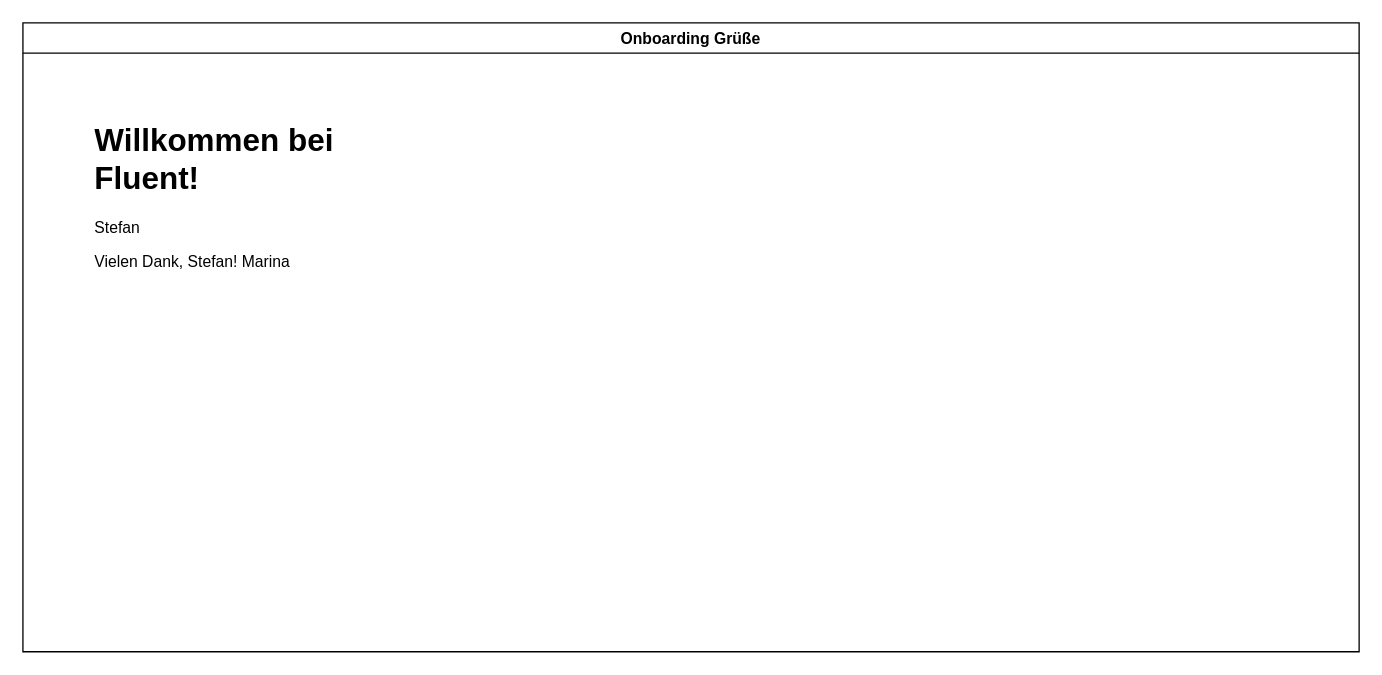
This is FilewelcomeDrawio.drawio from marjuta/test, a draw.io file, before an edit. Source tidied: cells renumbered, new cells numbered last; positions are measured from the earlier drawing's top-left corner, leaving out a move shared by most shapes. Both pictures are drawn from the tidied source at 131%, with x=0, y=0 at pixel (22, 22).
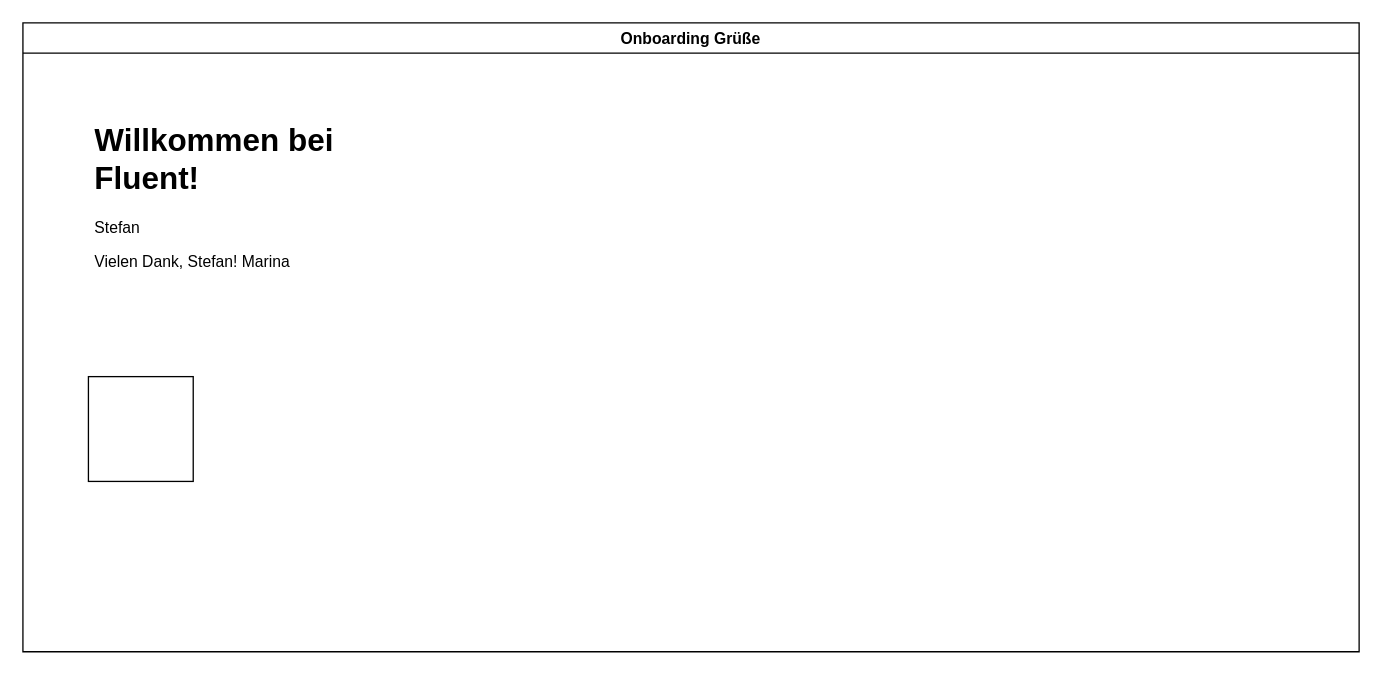
After the change.

The edit, as a diff of the source:
```diff
@@
 <mxGraphModel>
   <root>
     <mxCell id="0" />
     <mxCell id="1" parent="0" />
     <mxCell id="2" value="Onboarding Grüße" style="swimlane;" parent="1" vertex="1">
       <mxGeometry width="1020" height="480" as="geometry" />
     </mxCell>
     <mxCell id="3" value="&lt;h1&gt;Willkommen bei Fluent!&lt;/h1&gt;&lt;p&gt;Stefan&lt;/p&gt;&lt;p&gt;Vielen Dank, Stefan! Marina&lt;/p&gt;&lt;p&gt;&lt;br&gt;&lt;/p&gt;" style="text;html=1;strokeColor=none;fillColor=none;spacing=5;spacingTop=-20;whiteSpace=wrap;overflow=hidden;rounded=0;" parent="2" vertex="1">
       <mxGeometry x="50" y="70" width="250" height="190" as="geometry" />
     </mxCell>
+    <mxCell id="4" style="whiteSpace=wrap;html=1;" parent="2" vertex="1">
+      <mxGeometry x="50" y="270" width="80" height="80" as="geometry" />
+    </mxCell>
   </root>
 </mxGraphModel>
```
